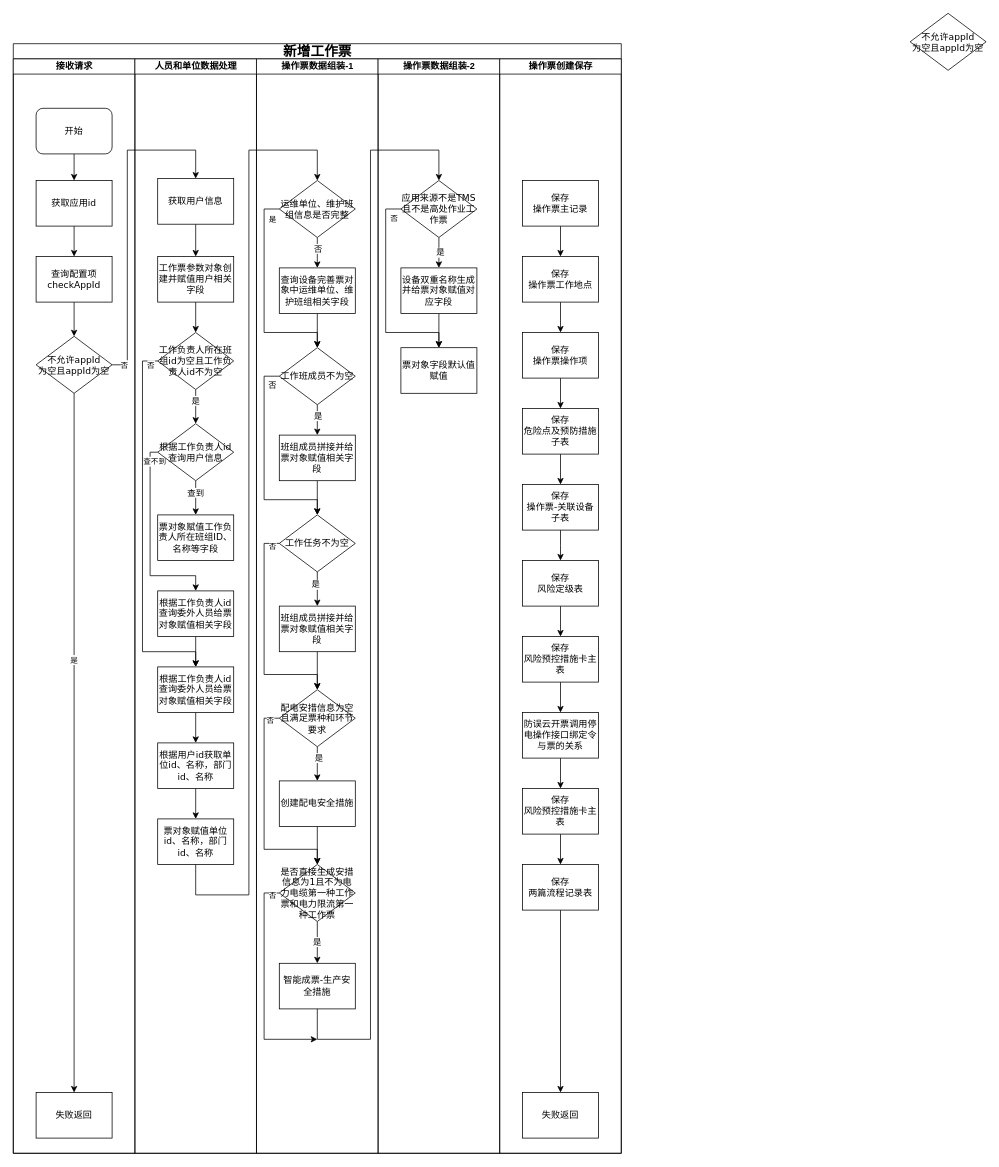
Above: 新建工作票.drawio in wwwwbo/myDraw (draw.io), before the change. Source tidied: cells renumbered, new cells numbered last; positions are measured from the earlier drawing's top-left corner, leaving out a move shared by most shapes. Both pictures are drawn from the tidied source at 76%, with x=0, y=0 at pixel (13, 13).
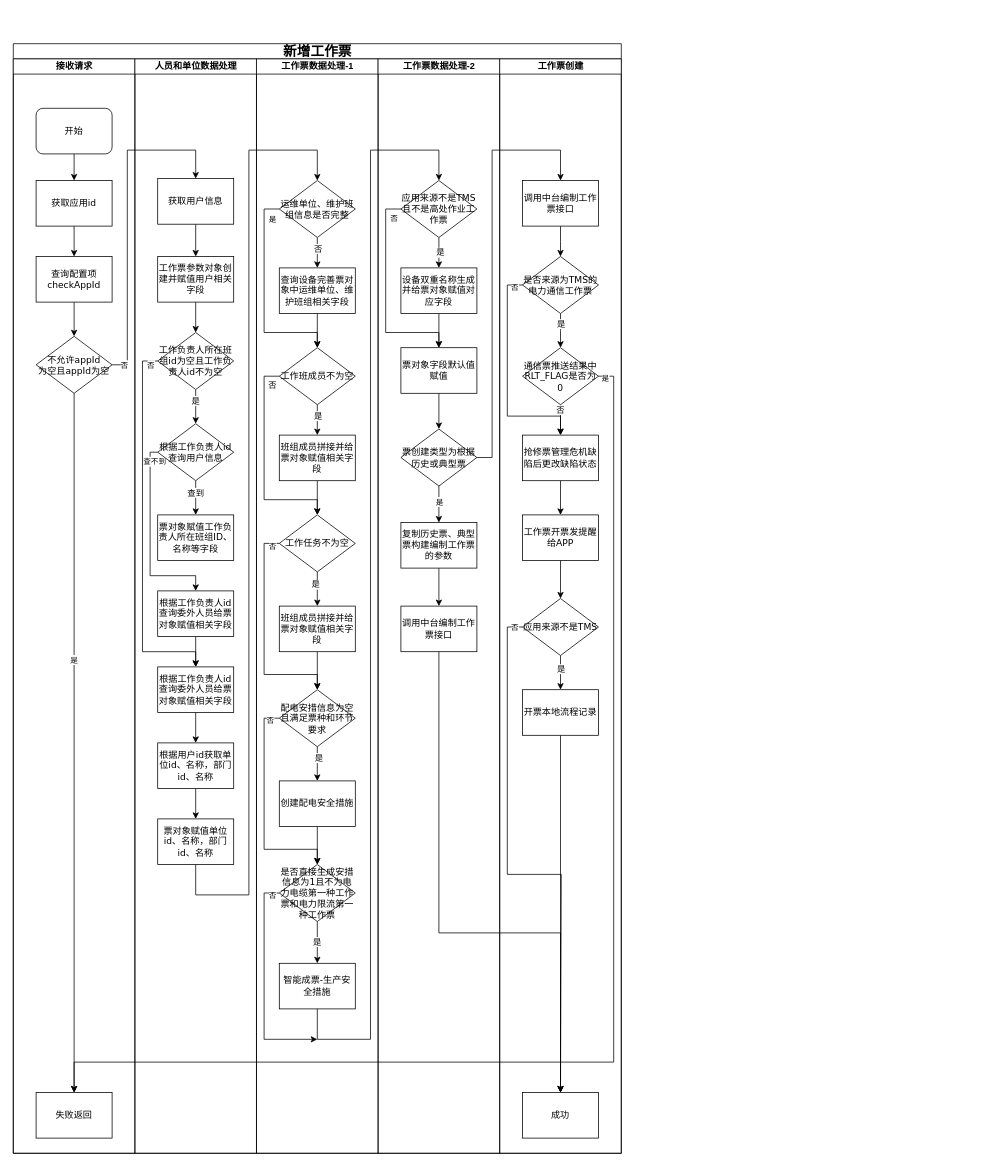
Above is the later version.

Commit message (it also covers changes not shown here):
更新新建工作票.drawio

Unchanged cells that the change refers to:
```xml
<mxCell id="2" value="&lt;font style=&quot;font-size: 18px;&quot;&gt;新增工作票&lt;/font&gt;" style="swimlane;html=1;startSize=20;rounded=0;shadow=0;labelBackgroundColor=none;strokeWidth=1;fontFamily=Verdana;fontSize=8;align=center;" parent="1" vertex="1">
  <mxGeometry y="40" width="800" height="1460" as="geometry" />
</mxCell>
<mxCell id="9" value="&lt;span style=&quot;font-size: 12px;&quot;&gt;失败返回&lt;/span&gt;" style="whiteSpace=wrap;html=1;fontSize=8;fontFamily=Verdana;rounded=0;shadow=0;labelBackgroundColor=none;strokeWidth=1;" parent="3" vertex="1">
  <mxGeometry x="30" y="1360" width="100" height="60" as="geometry" />
</mxCell>
<mxCell id="80" value="&lt;span style=&quot;font-size: 12px;&quot;&gt;票对象字段默认值赋值&lt;/span&gt;" style="whiteSpace=wrap;html=1;fontSize=8;fontFamily=Verdana;rounded=0;shadow=0;labelBackgroundColor=none;strokeWidth=1;" parent="72" vertex="1">
  <mxGeometry x="30" y="380" width="100" height="60" as="geometry" />
</mxCell>
```

Change to the diagram source:
```diff
@@
-    <mxCell id="37" value="操作票数据组装-1" style="swimlane;html=1;startSize=20;" parent="2" vertex="1">
+    <mxCell id="37" value="工作票数据处理-1" style="swimlane;html=1;startSize=20;" parent="2" vertex="1">
       <mxGeometry x="320" y="20" width="160" height="1440" as="geometry" />
     </mxCell>
@@
-    <mxCell id="72" value="操作票数据组装-2" style="swimlane;html=1;startSize=20;" parent="2" vertex="1">
+    <mxCell id="72" value="工作票数据处理-2" style="swimlane;html=1;startSize=20;" parent="2" vertex="1">
       <mxGeometry x="480" y="20" width="160" height="1440" as="geometry" />
     </mxCell>
@@
+    <mxCell id="108" style="edgeStyle=orthogonalEdgeStyle;rounded=0;jettySize=auto;html=1;exitX=0.5;exitY=1;exitDx=0;exitDy=0;entryX=0.5;entryY=0;entryDx=0;entryDy=0;" parent="72" edge="1" source="80" target="111">
+      <mxGeometry relative="1" as="geometry" />
+    </mxCell>
@@
-    <mxCell id="81" value="操作票创建保存" style="swimlane;html=1;startSize=20;" parent="2" vertex="1">
-      <mxGeometry x="640" y="20" width="160" height="1440" as="geometry" />
-    </mxCell>
-    <mxCell id="82" style="edgeStyle=orthogonalEdgeStyle;rounded=0;jettySize=auto;html=1;exitX=0.5;exitY=1;exitDx=0;exitDy=0;entryX=0.5;entryY=0;entryDx=0;entryDy=0;" parent="81" edge="1" source="83" target="85">
-      <mxGeometry relative="1" as="geometry" />
-    </mxCell>
-    <mxCell id="83" value="&lt;div&gt;&lt;span style=&quot;font-size: 12px;&quot;&gt;保存&lt;/span&gt;&lt;span style=&quot;font-size: 12px;&quot;&gt;&lt;/span&gt;&lt;/div&gt;&lt;div&gt;&lt;span style=&quot;font-size: 12px;&quot;&gt;操作票主记录&lt;/span&gt;&lt;/div&gt;" style="whiteSpace=wrap;html=1;fontSize=8;fontFamily=Verdana;rounded=0;shadow=0;labelBackgroundColor=none;strokeWidth=1;" parent="81" vertex="1">
-      <mxGeometry x="30" y="160" width="100" height="60" as="geometry" />
-    </mxCell>
-    <mxCell id="84" style="edgeStyle=orthogonalEdgeStyle;rounded=0;jettySize=auto;html=1;exitX=0.5;exitY=1;exitDx=0;exitDy=0;entryX=0.5;entryY=0;entryDx=0;entryDy=0;" parent="81" edge="1" source="85" target="87">
-      <mxGeometry relative="1" as="geometry" />
-    </mxCell>
-    <mxCell id="85" value="&lt;div&gt;&lt;span style=&quot;font-size: 12px;&quot;&gt;保存&lt;/span&gt;&lt;span style=&quot;font-size: 12px;&quot;&gt;&lt;/span&gt;&lt;/div&gt;&lt;div&gt;&lt;span style=&quot;font-size: 12px;&quot;&gt;操作票工作地点&lt;/span&gt;&lt;/div&gt;" style="whiteSpace=wrap;html=1;fontSize=8;fontFamily=Verdana;rounded=0;shadow=0;labelBackgroundColor=none;strokeWidth=1;" parent="81" vertex="1">
-      <mxGeometry x="30" y="260" width="100" height="60" as="geometry" />
-    </mxCell>
-    <mxCell id="86" style="edgeStyle=orthogonalEdgeStyle;rounded=0;jettySize=auto;html=1;exitX=0.5;exitY=1;exitDx=0;exitDy=0;entryX=0.5;entryY=0;entryDx=0;entryDy=0;" parent="81" edge="1" source="87" target="89">
-      <mxGeometry relative="1" as="geometry" />
-    </mxCell>
-    <mxCell id="87" value="&lt;div&gt;&lt;span style=&quot;font-size: 12px;&quot;&gt;保存&lt;/span&gt;&lt;span style=&quot;font-size: 12px;&quot;&gt;&lt;/span&gt;&lt;/div&gt;&lt;div&gt;&lt;span style=&quot;font-size: 12px;&quot;&gt;操作票操作项&lt;/span&gt;&lt;/div&gt;" style="whiteSpace=wrap;html=1;fontSize=8;fontFamily=Verdana;rounded=0;shadow=0;labelBackgroundColor=none;strokeWidth=1;" parent="81" vertex="1">
-      <mxGeometry x="30" y="360" width="100" height="60" as="geometry" />
-    </mxCell>
-    <mxCell id="88" style="edgeStyle=orthogonalEdgeStyle;rounded=0;jettySize=auto;html=1;exitX=0.5;exitY=1;exitDx=0;exitDy=0;entryX=0.5;entryY=0;entryDx=0;entryDy=0;" parent="81" edge="1" source="89" target="91">
-      <mxGeometry relative="1" as="geometry" />
-    </mxCell>
-    <mxCell id="89" value="&lt;div&gt;&lt;span style=&quot;font-size: 12px;&quot;&gt;保存&lt;/span&gt;&lt;span style=&quot;font-size: 12px;&quot;&gt;&lt;/span&gt;&lt;/div&gt;&lt;div&gt;&lt;span style=&quot;font-size: 12px;&quot;&gt;危险点及预防措施子表&lt;/span&gt;&lt;/div&gt;" style="whiteSpace=wrap;html=1;fontSize=8;fontFamily=Verdana;rounded=0;shadow=0;labelBackgroundColor=none;strokeWidth=1;" parent="81" vertex="1">
-      <mxGeometry x="30" y="460" width="100" height="60" as="geometry" />
-    </mxCell>
-    <mxCell id="90" style="edgeStyle=orthogonalEdgeStyle;rounded=0;jettySize=auto;html=1;exitX=0.5;exitY=1;exitDx=0;exitDy=0;" parent="81" edge="1" source="91">
-      <mxGeometry relative="1" as="geometry">
-        <mxPoint x="80" y="660" as="targetPoint" />
-      </mxGeometry>
-    </mxCell>
-    <mxCell id="91" value="&lt;div&gt;&lt;span style=&quot;font-size: 12px;&quot;&gt;保存&lt;/span&gt;&lt;span style=&quot;font-size: 12px;&quot;&gt;&lt;/span&gt;&lt;/div&gt;&lt;div&gt;&lt;span style=&quot;font-size: 12px;&quot;&gt;操作票-关联设备子表&lt;/span&gt;&lt;/div&gt;" style="whiteSpace=wrap;html=1;fontSize=8;fontFamily=Verdana;rounded=0;shadow=0;labelBackgroundColor=none;strokeWidth=1;" parent="81" vertex="1">
-      <mxGeometry x="30" y="560" width="100" height="60" as="geometry" />
-    </mxCell>
-    <mxCell id="92" style="edgeStyle=orthogonalEdgeStyle;rounded=0;jettySize=auto;html=1;exitX=0.5;exitY=1;exitDx=0;exitDy=0;entryX=0.5;entryY=0;entryDx=0;entryDy=0;" parent="81" edge="1" source="93" target="95">
-      <mxGeometry relative="1" as="geometry" />
-    </mxCell>
-    <mxCell id="93" value="&lt;div&gt;&lt;span style=&quot;font-size: 12px;&quot;&gt;保存&lt;/span&gt;&lt;span style=&quot;font-size: 12px;&quot;&gt;&lt;/span&gt;&lt;/div&gt;&lt;div&gt;&lt;span style=&quot;font-size: 12px;&quot;&gt;风险定级表&lt;/span&gt;&lt;/div&gt;" style="whiteSpace=wrap;html=1;fontSize=8;fontFamily=Verdana;rounded=0;shadow=0;labelBackgroundColor=none;strokeWidth=1;" parent="81" vertex="1">
-      <mxGeometry x="30" y="660" width="100" height="60" as="geometry" />
-    </mxCell>
-    <mxCell id="94" style="edgeStyle=orthogonalEdgeStyle;rounded=0;jettySize=auto;html=1;exitX=0.5;exitY=1;exitDx=0;exitDy=0;" parent="81" edge="1" source="95" target="97">
-      <mxGeometry relative="1" as="geometry" />
-    </mxCell>
-    <mxCell id="95" value="&lt;div&gt;&lt;span style=&quot;font-size: 12px;&quot;&gt;保存&lt;/span&gt;&lt;span style=&quot;font-size: 12px;&quot;&gt;&lt;/span&gt;&lt;/div&gt;&lt;div&gt;&lt;span style=&quot;font-size: 12px;&quot;&gt;风险预控措施卡主表&lt;/span&gt;&lt;/div&gt;" style="whiteSpace=wrap;html=1;fontSize=8;fontFamily=Verdana;rounded=0;shadow=0;labelBackgroundColor=none;strokeWidth=1;" parent="81" vertex="1">
-      <mxGeometry x="30" y="760" width="100" height="60" as="geometry" />
-    </mxCell>
-    <mxCell id="96" style="edgeStyle=orthogonalEdgeStyle;rounded=0;jettySize=auto;html=1;exitX=0.5;exitY=1;exitDx=0;exitDy=0;entryX=0.5;entryY=0;entryDx=0;entryDy=0;" parent="81" edge="1" source="97" target="99">
-      <mxGeometry relative="1" as="geometry" />
-    </mxCell>
-    <mxCell id="97" value="&lt;span style=&quot;font-size: 12px;&quot;&gt;防误云开票调用停电操作接口绑定令与票的关系&lt;/span&gt;" style="whiteSpace=wrap;html=1;fontSize=8;fontFamily=Verdana;rounded=0;shadow=0;labelBackgroundColor=none;strokeWidth=1;" parent="81" vertex="1">
-      <mxGeometry x="30" y="860" width="100" height="60" as="geometry" />
-    </mxCell>
-    <mxCell id="98" style="edgeStyle=orthogonalEdgeStyle;rounded=0;jettySize=auto;html=1;exitX=0.5;exitY=1;exitDx=0;exitDy=0;entryX=0.5;entryY=0;entryDx=0;entryDy=0;" parent="81" edge="1" source="99" target="101">
-      <mxGeometry relative="1" as="geometry" />
-    </mxCell>
-    <mxCell id="99" value="&lt;div&gt;&lt;span style=&quot;font-size: 12px;&quot;&gt;保存&lt;/span&gt;&lt;span style=&quot;font-size: 12px;&quot;&gt;&lt;/span&gt;&lt;/div&gt;&lt;div&gt;&lt;span style=&quot;font-size: 12px;&quot;&gt;风险预控措施卡主表&lt;/span&gt;&lt;/div&gt;" style="whiteSpace=wrap;html=1;fontSize=8;fontFamily=Verdana;rounded=0;shadow=0;labelBackgroundColor=none;strokeWidth=1;" parent="81" vertex="1">
-      <mxGeometry x="30" y="960" width="100" height="60" as="geometry" />
-    </mxCell>
-    <mxCell id="100" style="edgeStyle=orthogonalEdgeStyle;rounded=0;jettySize=auto;html=1;exitX=0.5;exitY=1;exitDx=0;exitDy=0;" parent="81" edge="1" source="101" target="102">
-      <mxGeometry relative="1" as="geometry" />
-    </mxCell>
-    <mxCell id="101" value="&lt;div&gt;&lt;span style=&quot;font-size: 12px;&quot;&gt;保存&lt;/span&gt;&lt;span style=&quot;font-size: 12px;&quot;&gt;&lt;/span&gt;&lt;/div&gt;&lt;div&gt;&lt;span style=&quot;font-size: 12px;&quot;&gt;两篇流程记录表&lt;/span&gt;&lt;/div&gt;" style="whiteSpace=wrap;html=1;fontSize=8;fontFamily=Verdana;rounded=0;shadow=0;labelBackgroundColor=none;strokeWidth=1;" parent="81" vertex="1">
-      <mxGeometry x="30" y="1060" width="100" height="60" as="geometry" />
-    </mxCell>
-    <mxCell id="102" value="&lt;span style=&quot;font-size: 12px;&quot;&gt;失败返回&lt;/span&gt;" style="whiteSpace=wrap;html=1;fontSize=8;fontFamily=Verdana;rounded=0;shadow=0;labelBackgroundColor=none;strokeWidth=1;" parent="81" vertex="1">
-      <mxGeometry x="30" y="1360" width="100" height="60" as="geometry" />
-    </mxCell>
+    <mxCell id="109" style="edgeStyle=orthogonalEdgeStyle;rounded=0;jettySize=auto;html=1;exitX=0.5;exitY=1;exitDx=0;exitDy=0;entryX=0.5;entryY=0;entryDx=0;entryDy=0;" parent="72" edge="1" source="111" target="113">
+      <mxGeometry relative="1" as="geometry" />
+    </mxCell>
+    <mxCell id="110" value="&lt;font style=&quot;font-size: 10px;&quot;&gt;是&lt;/font&gt;" style="edgeLabel;html=1;align=center;verticalAlign=middle;" parent="109" vertex="1">
+      <mxGeometry x="-0.19" relative="1" as="geometry">
+        <mxPoint y="1" as="offset" />
+      </mxGeometry>
+    </mxCell>
+    <mxCell id="111" value="&lt;span style=&quot;font-size: 12px;&quot;&gt;票创建类型为根据历史或典型票&lt;/span&gt;" style="rhombus;whiteSpace=wrap;html=1;rounded=0;shadow=0;labelBackgroundColor=none;strokeWidth=1;fontFamily=Verdana;fontSize=8;align=center;" parent="72" vertex="1">
+      <mxGeometry x="30" y="487" width="100" height="75" as="geometry" />
+    </mxCell>
+    <mxCell id="112" style="edgeStyle=orthogonalEdgeStyle;rounded=0;jettySize=auto;html=1;exitX=0.5;exitY=1;exitDx=0;exitDy=0;entryX=0.5;entryY=0;entryDx=0;entryDy=0;" parent="72" edge="1" source="113" target="114">
+      <mxGeometry relative="1" as="geometry" />
+    </mxCell>
+    <mxCell id="113" value="&lt;span style=&quot;font-size: 12px;&quot;&gt;复制历史票、典型票构建编制工作票的参数&lt;/span&gt;" style="whiteSpace=wrap;html=1;fontSize=8;fontFamily=Verdana;rounded=0;shadow=0;labelBackgroundColor=none;strokeWidth=1;" parent="72" vertex="1">
+      <mxGeometry x="30" y="610" width="100" height="60" as="geometry" />
+    </mxCell>
+    <mxCell id="114" value="&lt;span style=&quot;font-size: 12px;&quot;&gt;调用中台编制工作票接口&lt;/span&gt;" style="whiteSpace=wrap;html=1;fontSize=8;fontFamily=Verdana;rounded=0;shadow=0;labelBackgroundColor=none;strokeWidth=1;" parent="72" vertex="1">
+      <mxGeometry x="30" y="720" width="100" height="60" as="geometry" />
+    </mxCell>
@@
-    <mxCell id="107" value="&lt;span style=&quot;font-size: 12px;&quot;&gt;不允许appId&lt;/span&gt;&lt;div&gt;&lt;span style=&quot;font-size: 12px;&quot;&gt;为空且&lt;/span&gt;&lt;span style=&quot;font-size: 12px; background-color: transparent; color: light-dark(rgb(0, 0, 0), rgb(255, 255, 255));&quot;&gt;appId为空&lt;/span&gt;&lt;/div&gt;" style="rhombus;whiteSpace=wrap;html=1;rounded=0;shadow=0;labelBackgroundColor=none;strokeWidth=1;fontFamily=Verdana;fontSize=8;align=center;" parent="1" vertex="1">
-      <mxGeometry x="1180" width="100" height="75" as="geometry" />
-    </mxCell>
+    <mxCell id="115" style="edgeStyle=orthogonalEdgeStyle;rounded=0;jettySize=auto;html=1;exitX=1;exitY=0.5;exitDx=0;exitDy=0;entryX=0.5;entryY=0;entryDx=0;entryDy=0;" parent="2" edge="1" source="111" target="83">
+      <mxGeometry relative="1" as="geometry">
+        <Array as="points">
+          <mxPoint x="630" y="544" />
+          <mxPoint x="630" y="140" />
+          <mxPoint x="720" y="140" />
+        </Array>
+      </mxGeometry>
+    </mxCell>
+    <mxCell id="116" style="edgeStyle=orthogonalEdgeStyle;rounded=0;jettySize=auto;html=1;exitX=0.5;exitY=1;exitDx=0;exitDy=0;entryX=0.5;entryY=0;entryDx=0;entryDy=0;" parent="2" edge="1" source="114" target="102">
+      <mxGeometry relative="1" as="geometry">
+        <Array as="points">
+          <mxPoint x="560" y="1170" />
+          <mxPoint x="720" y="1170" />
+        </Array>
+      </mxGeometry>
+    </mxCell>
+    <mxCell id="81" value="工作票创建" style="swimlane;html=1;startSize=20;" parent="2" vertex="1">
+      <mxGeometry x="640" y="20" width="160" height="1440" as="geometry" />
+    </mxCell>
+    <mxCell id="82" style="edgeStyle=orthogonalEdgeStyle;rounded=0;jettySize=auto;html=1;exitX=0.5;exitY=1;exitDx=0;exitDy=0;entryX=0.5;entryY=0;entryDx=0;entryDy=0;" parent="81" edge="1" source="83">
+      <mxGeometry relative="1" as="geometry">
+        <mxPoint x="80" y="260" as="targetPoint" />
+      </mxGeometry>
+    </mxCell>
+    <mxCell id="83" value="&lt;span style=&quot;font-size: 12px;&quot;&gt;调用中台编制工作票接口&lt;/span&gt;" style="whiteSpace=wrap;html=1;fontSize=8;fontFamily=Verdana;rounded=0;shadow=0;labelBackgroundColor=none;strokeWidth=1;" parent="81" vertex="1">
+      <mxGeometry x="30" y="160" width="100" height="60" as="geometry" />
+    </mxCell>
+    <mxCell id="102" value="&lt;span style=&quot;font-size: 12px;&quot;&gt;成功&lt;/span&gt;" style="whiteSpace=wrap;html=1;fontSize=8;fontFamily=Verdana;rounded=0;shadow=0;labelBackgroundColor=none;strokeWidth=1;" parent="81" vertex="1">
+      <mxGeometry x="30" y="1360" width="100" height="60" as="geometry" />
+    </mxCell>
+    <mxCell id="117" style="edgeStyle=orthogonalEdgeStyle;rounded=0;jettySize=auto;html=1;exitX=0.5;exitY=1;exitDx=0;exitDy=0;entryX=0.5;entryY=0;entryDx=0;entryDy=0;" parent="81" edge="1" source="121">
+      <mxGeometry relative="1" as="geometry">
+        <mxPoint x="80" y="380" as="targetPoint" />
+      </mxGeometry>
+    </mxCell>
+    <mxCell id="118" value="是" style="edgeLabel;html=1;align=center;verticalAlign=middle;" parent="117" vertex="1">
+      <mxGeometry x="-0.44" relative="1" as="geometry" />
+    </mxCell>
+    <mxCell id="119" style="edgeStyle=orthogonalEdgeStyle;rounded=0;jettySize=auto;html=1;exitX=0;exitY=0.5;exitDx=0;exitDy=0;entryX=0.5;entryY=0;entryDx=0;entryDy=0;" parent="81" edge="1" source="121" target="126">
+      <mxGeometry relative="1" as="geometry">
+        <Array as="points">
+          <mxPoint x="10" y="297" />
+          <mxPoint x="10" y="470" />
+          <mxPoint x="80" y="470" />
+        </Array>
+      </mxGeometry>
+    </mxCell>
+    <mxCell id="120" value="&lt;font style=&quot;font-size: 10px;&quot;&gt;否&lt;/font&gt;" style="edgeLabel;html=1;align=center;verticalAlign=middle;" parent="119" vertex="1">
+      <mxGeometry x="-0.92" y="2" relative="1" as="geometry" />
+    </mxCell>
+    <mxCell id="121" value="&lt;span style=&quot;font-size: 12px;&quot;&gt;是否来源为TMS的&lt;/span&gt;&lt;div&gt;&lt;span style=&quot;font-size: 12px;&quot;&gt;电力通信工作票&lt;/span&gt;&lt;/div&gt;" style="rhombus;whiteSpace=wrap;html=1;rounded=0;shadow=0;labelBackgroundColor=none;strokeWidth=1;fontFamily=Verdana;fontSize=8;align=center;" parent="81" vertex="1">
+      <mxGeometry x="30" y="260" width="100" height="75" as="geometry" />
+    </mxCell>
+    <mxCell id="122" style="edgeStyle=orthogonalEdgeStyle;rounded=0;jettySize=auto;html=1;exitX=0.5;exitY=1;exitDx=0;exitDy=0;entryX=0.5;entryY=0;entryDx=0;entryDy=0;" parent="81" edge="1" source="124" target="126">
+      <mxGeometry relative="1" as="geometry" />
+    </mxCell>
+    <mxCell id="123" value="否" style="edgeLabel;html=1;align=center;verticalAlign=middle;" parent="122" vertex="1">
+      <mxGeometry x="-0.71" y="-1" relative="1" as="geometry" />
+    </mxCell>
+    <mxCell id="124" value="&lt;span style=&quot;font-size: 12px;&quot;&gt;通信票推送结果中RLT_FLAG是否为0&lt;/span&gt;" style="rhombus;whiteSpace=wrap;html=1;rounded=0;shadow=0;labelBackgroundColor=none;strokeWidth=1;fontFamily=Verdana;fontSize=8;align=center;" parent="81" vertex="1">
+      <mxGeometry x="30" y="380" width="100" height="75" as="geometry" />
+    </mxCell>
+    <mxCell id="125" style="edgeStyle=orthogonalEdgeStyle;rounded=0;jettySize=auto;html=1;exitX=0.5;exitY=1;exitDx=0;exitDy=0;entryX=0.5;entryY=0;entryDx=0;entryDy=0;" parent="81" edge="1" source="126" target="128">
+      <mxGeometry relative="1" as="geometry" />
+    </mxCell>
+    <mxCell id="126" value="&lt;span style=&quot;font-size: 12px;&quot;&gt;抢修票管理危机缺陷后更改缺陷状态&lt;/span&gt;" style="whiteSpace=wrap;html=1;fontSize=8;fontFamily=Verdana;rounded=0;shadow=0;labelBackgroundColor=none;strokeWidth=1;" parent="81" vertex="1">
+      <mxGeometry x="30" y="495" width="100" height="60" as="geometry" />
+    </mxCell>
+    <mxCell id="127" style="edgeStyle=orthogonalEdgeStyle;rounded=0;jettySize=auto;html=1;exitX=0.5;exitY=1;exitDx=0;exitDy=0;" parent="81" edge="1" source="128" target="133">
+      <mxGeometry relative="1" as="geometry" />
+    </mxCell>
+    <mxCell id="128" value="&lt;span style=&quot;font-size: 12px;&quot;&gt;工作票开票发提醒给APP&lt;/span&gt;" style="whiteSpace=wrap;html=1;fontSize=8;fontFamily=Verdana;rounded=0;shadow=0;labelBackgroundColor=none;strokeWidth=1;" parent="81" vertex="1">
+      <mxGeometry x="30" y="600" width="100" height="60" as="geometry" />
+    </mxCell>
+    <mxCell id="129" style="edgeStyle=orthogonalEdgeStyle;rounded=0;jettySize=auto;html=1;exitX=0.5;exitY=1;exitDx=0;exitDy=0;entryX=0.5;entryY=0;entryDx=0;entryDy=0;" parent="81" edge="1" source="133" target="135">
+      <mxGeometry relative="1" as="geometry" />
+    </mxCell>
+    <mxCell id="130" value="是" style="edgeLabel;html=1;align=center;verticalAlign=middle;" parent="129" vertex="1">
+      <mxGeometry x="-0.28" relative="1" as="geometry">
+        <mxPoint y="1" as="offset" />
+      </mxGeometry>
+    </mxCell>
+    <mxCell id="131" style="edgeStyle=orthogonalEdgeStyle;rounded=0;jettySize=auto;html=1;exitX=0;exitY=0.5;exitDx=0;exitDy=0;" parent="81" edge="1" source="133">
+      <mxGeometry relative="1" as="geometry">
+        <mxPoint x="80" y="1360" as="targetPoint" />
+        <Array as="points">
+          <mxPoint x="10" y="748" />
+          <mxPoint x="10" y="1073" />
+          <mxPoint x="81" y="1073" />
+          <mxPoint x="81" y="1360" />
+        </Array>
+      </mxGeometry>
+    </mxCell>
+    <mxCell id="132" value="&lt;font style=&quot;font-size: 10px;&quot;&gt;否&lt;/font&gt;" style="edgeLabel;html=1;align=center;verticalAlign=middle;" parent="131" vertex="1">
+      <mxGeometry x="-0.97" relative="1" as="geometry" />
+    </mxCell>
+    <mxCell id="133" value="&lt;span style=&quot;font-size: 12px;&quot;&gt;应用来源不是TMS&lt;/span&gt;" style="rhombus;whiteSpace=wrap;html=1;rounded=0;shadow=0;labelBackgroundColor=none;strokeWidth=1;fontFamily=Verdana;fontSize=8;align=center;" parent="81" vertex="1">
+      <mxGeometry x="30" y="710" width="100" height="75" as="geometry" />
+    </mxCell>
+    <mxCell id="134" style="edgeStyle=orthogonalEdgeStyle;rounded=0;jettySize=auto;html=1;exitX=0.5;exitY=1;exitDx=0;exitDy=0;" parent="81" edge="1" source="135" target="102">
+      <mxGeometry relative="1" as="geometry" />
+    </mxCell>
+    <mxCell id="135" value="&lt;span style=&quot;font-size: 12px;&quot;&gt;开票本地流程记录&lt;/span&gt;" style="whiteSpace=wrap;html=1;fontSize=8;fontFamily=Verdana;rounded=0;shadow=0;labelBackgroundColor=none;strokeWidth=1;" parent="81" vertex="1">
+      <mxGeometry x="30" y="830" width="100" height="60" as="geometry" />
+    </mxCell>
+    <mxCell id="136" style="edgeStyle=orthogonalEdgeStyle;rounded=0;jettySize=auto;html=1;exitX=1;exitY=0.5;exitDx=0;exitDy=0;entryX=0.5;entryY=0;entryDx=0;entryDy=0;" parent="2" edge="1" source="124" target="9">
+      <mxGeometry relative="1" as="geometry">
+        <Array as="points">
+          <mxPoint x="790" y="437" />
+          <mxPoint x="790" y="1340" />
+          <mxPoint x="80" y="1340" />
+        </Array>
+      </mxGeometry>
+    </mxCell>
+    <mxCell id="137" value="&lt;font style=&quot;font-size: 10px;&quot;&gt;是&lt;/font&gt;" style="edgeLabel;html=1;align=center;verticalAlign=middle;" parent="136" vertex="1">
+      <mxGeometry x="-0.99" y="-2" relative="1" as="geometry" />
+    </mxCell>
```
